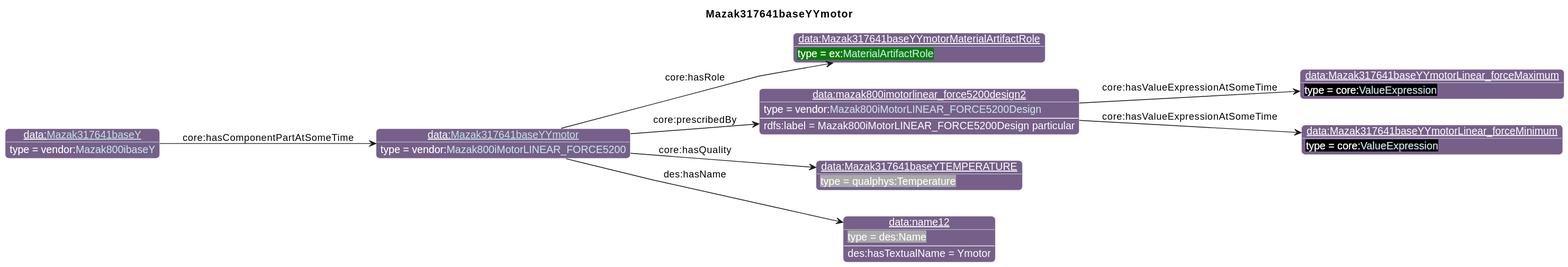
Earlier version of the PlantUML export diagrams/Mazak317641baseYYmotor.svg (iofoundry/example-syseng-mtconnect).
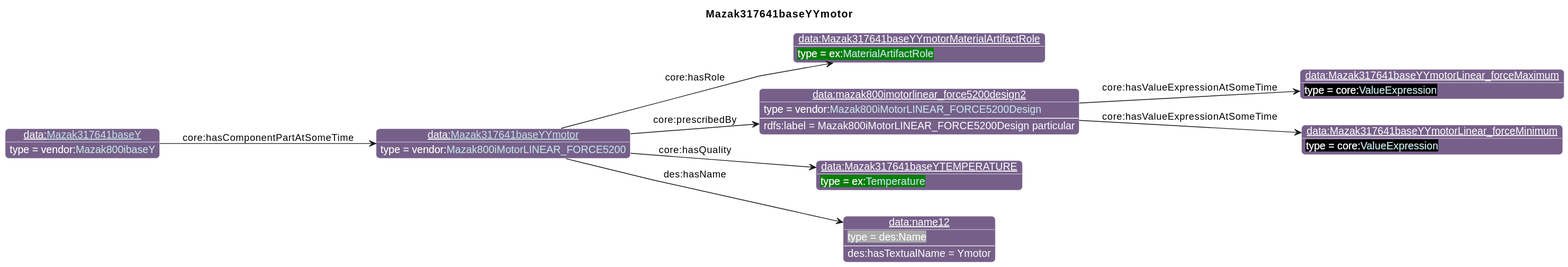
The same diagram one commit later.

What changed in the source:
```diff
@@ -30,7 +30,7 @@
 individual(o2, data:mazak800imotorlinear_force5200design2, vendor:[[../Mazak.html#Mazak800iMotorLINEAR_FORCE5200Design Mazak800iMotorLINEAR_FORCE5200Design]])
 individual(o3, data:Mazak317641baseYYmotorLinear_forceMaximum, core:[[https://spec.industrialontologies.org/ontology/core/Core/ValueExpression ValueExpression]])
 individual(o4, data:Mazak317641baseYYmotorLinear_forceMinimum, core:[[https://spec.industrialontologies.org/ontology/core/Core/ValueExpression ValueExpression]])
-individual(o5, data:Mazak317641baseYTEMPERATURE, qualphys:Temperature)
+individual(o5, data:Mazak317641baseYTEMPERATURE, ex:[[../Example.html#Temperature Temperature]])
 individual(o6, data:name12, des:Name)
 individual(o7, data:[[./Mazak317641baseY.html Mazak317641baseY]], vendor:[[../Mazak.html#Mazak800ibaseY Mazak800ibaseY]])
 property(o0, "core:hasRole", o1)
```
